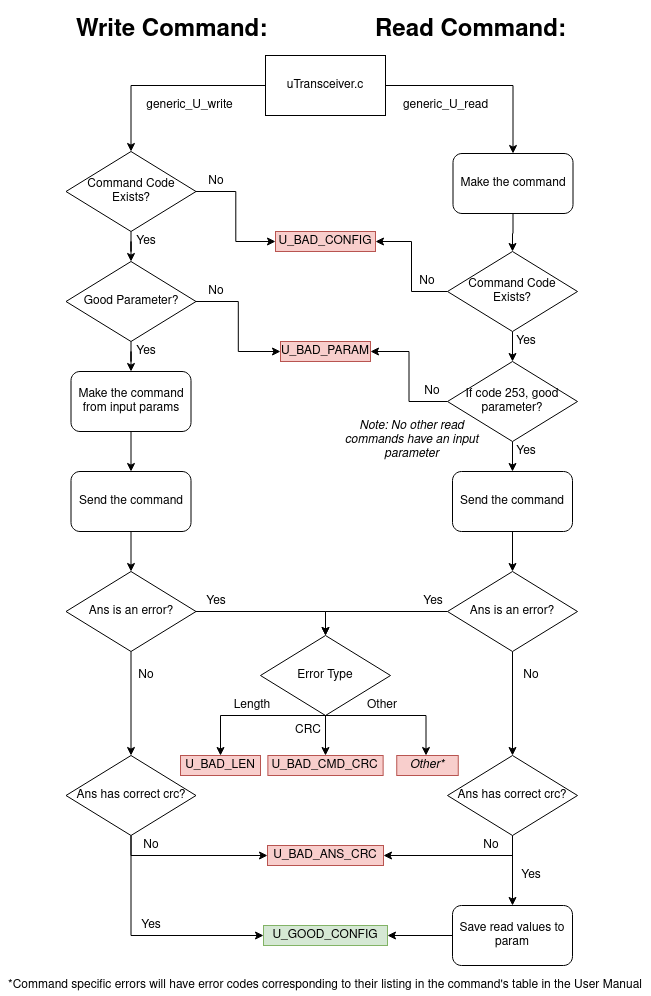
Before: Docs/UHF_Error_Reporting.png, a diagram exported from draw.io (AlbertaSat/ex2_ground_station_software). Source tidied: cells renumbered, new cells last; positions are measured from the earlier drawing's top-left corner, leaving out a move shared by most shapes.
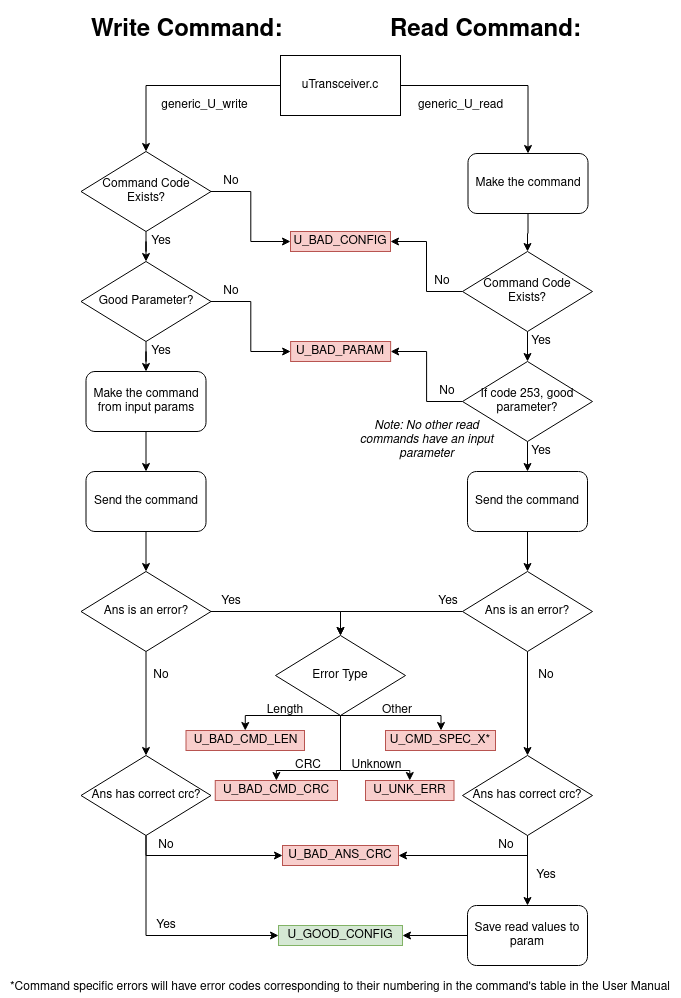
After the commit.

Change to the diagram source:
```diff
@@ -21,7 +21,7 @@
       <mxGeometry x="265" y="45" width="120" height="60" as="geometry" />
     </mxCell>
     <mxCell id="8" value="U_BAD_PARAM" style="text;html=1;strokeColor=#b85450;fillColor=#f8cecc;align=center;verticalAlign=middle;whiteSpace=wrap;rounded=0;" parent="1" vertex="1">
-      <mxGeometry x="280" y="331" width="90" height="20" as="geometry" />
+      <mxGeometry x="275.1" y="331" width="100" height="20" as="geometry" />
     </mxCell>
     <mxCell id="9" value="No" style="text;html=1;strokeColor=none;fillColor=none;align=center;verticalAlign=middle;whiteSpace=wrap;rounded=0;" parent="1" vertex="1">
       <mxGeometry x="195.5" y="271" width="40" height="20" as="geometry" />
@@ -75,8 +75,21 @@
       <mxGeometry x="125.5" y="655" width="40" height="20" as="geometry" />
     </mxCell>
     <mxCell id="26" style="edgeStyle=orthogonalEdgeStyle;rounded=0;jettySize=auto;html=1;entryX=0.5;entryY=0;entryDx=0;entryDy=0;" parent="1" edge="1" source="27" target="29">
-      <mxGeometry relative="1" as="geometry" />
+      <mxGeometry relative="1" as="geometry">
+        <Array as="points">
+          <mxPoint x="325" y="760" />
+          <mxPoint x="261" y="760" />
+        </Array>
+      </mxGeometry>
     </mxCell>
+    <mxCell id="75" style="edgeStyle=orthogonalEdgeStyle;rounded=0;jettySize=auto;html=1;exitX=0.5;exitY=1;exitDx=0;exitDy=0;entryX=0.5;entryY=0;entryDx=0;entryDy=0;" parent="1" edge="1" source="27" target="76">
+      <mxGeometry relative="1" as="geometry">
+        <Array as="points">
+          <mxPoint x="325" y="760" />
+          <mxPoint x="394" y="760" />
+        </Array>
+      </mxGeometry>
+    </mxCell>
     <mxCell id="27" value="Error Type" style="rhombus;whiteSpace=wrap;html=1;" parent="1" vertex="1">
       <mxGeometry x="260" y="625" width="130" height="80" as="geometry" />
     </mxCell>
@@ -84,7 +97,7 @@
       <mxGeometry x="195.5" y="581" width="40" height="20" as="geometry" />
     </mxCell>
     <mxCell id="29" value="U_BAD_CMD_CRC" style="text;html=1;strokeColor=#b85450;fillColor=#f8cecc;align=center;verticalAlign=middle;whiteSpace=wrap;rounded=0;" parent="1" vertex="1">
-      <mxGeometry x="267.4" y="745" width="115.2" height="20" as="geometry" />
+      <mxGeometry x="199.8" y="770" width="122.2" height="20" as="geometry" />
     </mxCell>
     <mxCell id="30" style="edgeStyle=orthogonalEdgeStyle;rounded=0;jettySize=auto;html=1;exitX=0.5;exitY=1;exitDx=0;exitDy=0;" parent="1" edge="1" source="27" target="31">
       <mxGeometry relative="1" as="geometry">
@@ -93,18 +106,18 @@
         </Array>
       </mxGeometry>
     </mxCell>
-    <mxCell id="31" value="&lt;i&gt;Other*&lt;/i&gt;" style="text;html=1;strokeColor=#b85450;fillColor=#f8cecc;align=center;verticalAlign=middle;whiteSpace=wrap;rounded=0;" parent="1" vertex="1">
-      <mxGeometry x="396.2" y="745" width="61.5" height="20" as="geometry" />
+    <mxCell id="31" value="U_CMD_SPEC_X*" style="text;html=1;strokeColor=#b85450;fillColor=#f8cecc;align=center;verticalAlign=middle;whiteSpace=wrap;rounded=0;" parent="1" vertex="1">
+      <mxGeometry x="370" y="720" width="110" height="20" as="geometry" />
     </mxCell>
     <mxCell id="32" style="edgeStyle=orthogonalEdgeStyle;rounded=0;jettySize=auto;html=1;entryX=0.5;entryY=0;entryDx=0;entryDy=0;" parent="1" edge="1" source="27" target="33">
       <mxGeometry relative="1" as="geometry">
         <Array as="points">
-          <mxPoint x="220.5" y="705" />
+          <mxPoint x="230" y="705" />
         </Array>
       </mxGeometry>
     </mxCell>
-    <mxCell id="33" value="U_BAD_LEN" style="text;html=1;strokeColor=#b85450;fillColor=#f8cecc;align=center;verticalAlign=middle;whiteSpace=wrap;rounded=0;" parent="1" vertex="1">
-      <mxGeometry x="180" y="745" width="80" height="20" as="geometry" />
+    <mxCell id="33" value="U_BAD_CMD_LEN" style="text;html=1;strokeColor=#b85450;fillColor=#f8cecc;align=center;verticalAlign=middle;whiteSpace=wrap;rounded=0;" parent="1" vertex="1">
+      <mxGeometry x="170.5" y="720" width="118.5" height="20" as="geometry" />
     </mxCell>
     <mxCell id="34" value="generic_U_write" style="text;html=1;strokeColor=none;fillColor=none;align=center;verticalAlign=middle;whiteSpace=wrap;rounded=0;" parent="1" vertex="1">
       <mxGeometry x="145.5" y="85" width="87" height="20" as="geometry" />
@@ -175,17 +188,17 @@
     <mxCell id="56" value="Yes" style="text;html=1;strokeColor=none;fillColor=none;align=center;verticalAlign=middle;whiteSpace=wrap;rounded=0;" parent="1" vertex="1">
       <mxGeometry x="412.5" y="581" width="40" height="20" as="geometry" />
     </mxCell>
-    <mxCell id="57" value="*Command specific errors will have error codes corresponding to their listing in the command's table in the User Manual" style="text;html=1;strokeColor=none;fillColor=none;align=center;verticalAlign=middle;whiteSpace=wrap;rounded=0;" parent="1" vertex="1">
-      <mxGeometry y="965" width="650" height="20" as="geometry" />
+    <mxCell id="57" value="*Command specific errors will have error codes corresponding to their numbering in the command's table in the User Manual" style="text;html=1;strokeColor=none;fillColor=none;align=center;verticalAlign=middle;whiteSpace=wrap;rounded=0;" parent="1" vertex="1">
+      <mxGeometry x="-15" y="967" width="680" height="20" as="geometry" />
     </mxCell>
     <mxCell id="58" value="Length" style="text;html=1;strokeColor=none;fillColor=none;align=center;verticalAlign=middle;whiteSpace=wrap;rounded=0;" parent="1" vertex="1">
-      <mxGeometry x="231.5" y="685" width="40" height="20" as="geometry" />
+      <mxGeometry x="249.5" y="690" width="40" height="20" as="geometry" />
     </mxCell>
     <mxCell id="59" value="CRC" style="text;html=1;strokeColor=none;fillColor=none;align=center;verticalAlign=middle;whiteSpace=wrap;rounded=0;" parent="1" vertex="1">
-      <mxGeometry x="287.5" y="710" width="40" height="20" as="geometry" />
+      <mxGeometry x="272.5" y="745" width="40" height="20" as="geometry" />
     </mxCell>
     <mxCell id="60" value="Other" style="text;html=1;strokeColor=none;fillColor=none;align=center;verticalAlign=middle;whiteSpace=wrap;rounded=0;" parent="1" vertex="1">
-      <mxGeometry x="362" y="685" width="40" height="20" as="geometry" />
+      <mxGeometry x="362" y="690" width="40" height="20" as="geometry" />
     </mxCell>
     <mxCell id="61" value="&lt;i&gt;Note: No other read commands have an input parameter&lt;/i&gt;" style="text;html=1;strokeColor=none;fillColor=none;align=center;verticalAlign=middle;whiteSpace=wrap;rounded=0;" parent="1" vertex="1">
       <mxGeometry x="327.5" y="420" width="166.5" height="20" as="geometry" />
@@ -229,5 +242,11 @@
     <mxCell id="74" value="Save read values to param" style="rounded=1;whiteSpace=wrap;html=1;" parent="1" vertex="1">
       <mxGeometry x="452" y="895" width="120" height="60" as="geometry" />
     </mxCell>
+    <mxCell id="76" value="U_UNK_ERR" style="text;html=1;strokeColor=#b85450;fillColor=#f8cecc;align=center;verticalAlign=middle;whiteSpace=wrap;rounded=0;" parent="1" vertex="1">
+      <mxGeometry x="350" y="770" width="88.5" height="20" as="geometry" />
+    </mxCell>
+    <mxCell id="77" value="Unknown" style="text;html=1;strokeColor=none;fillColor=none;align=center;verticalAlign=middle;whiteSpace=wrap;rounded=0;" parent="1" vertex="1">
+      <mxGeometry x="334" y="745" width="55" height="20" as="geometry" />
+    </mxCell>
   </root>
 </mxGraphModel>
```
